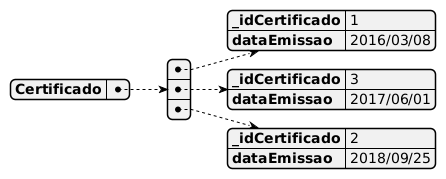
SoftSolutionsProject/softsolutions-banco-nosql keeps this PlantUML diagram as Diagramas PNG/plantUmlCertificados.png. Above is the earlier version.
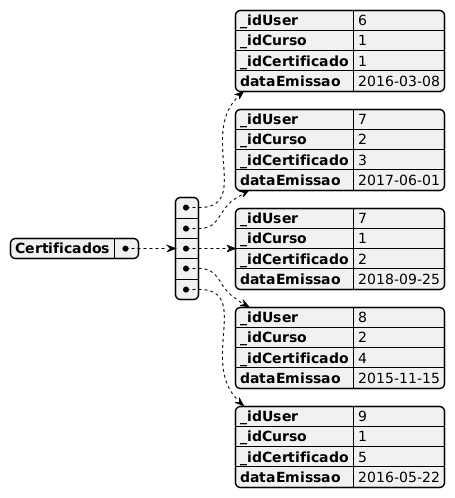
Later version of the same file.

The edit, as a diff of the source:
```diff
@@ -1,24 +1,37 @@
 @startjson
-
-  {
-
-"Certificado": [
-
-    {
+{
+  "Certificados": [
+   {
+      "_idUser" : 6,
+      "_idCurso" : 1,
       "_idCertificado": 1,
-      "dataEmissao": "2016/03/08"
+      "dataEmissao": "2016-03-08"
     },
     {
+      "_idUser": 7,
+      "_idCurso" :2,
       "_idCertificado": 3,
-      "dataEmissao": "2017/06/01"
+      "dataEmissao": "2017-06-01"
     },
+    {
+      "_idUser": 7,
+      "_idCurso": 1,
+      "_idCertificado": 2,
+      "dataEmissao": "2018-09-25"
+    },
+    {
+      "_idUser": 8,
+      "_idCurso": 2,
+      "_idCertificado": 4,
+      "dataEmissao": "2015-11-15"
+    },
+    {
+      "_idUser": 9,
+      "_idCurso": 1,
+      "_idCertificado": 5,
+      "dataEmissao": "2016-05-22"
+    }
+]
 
-    {
-      "_idCertificado": 2,
-      "dataEmissao": "2018/09/25"
-    }
-]}
-
-
-
+}
 @endjson
```
